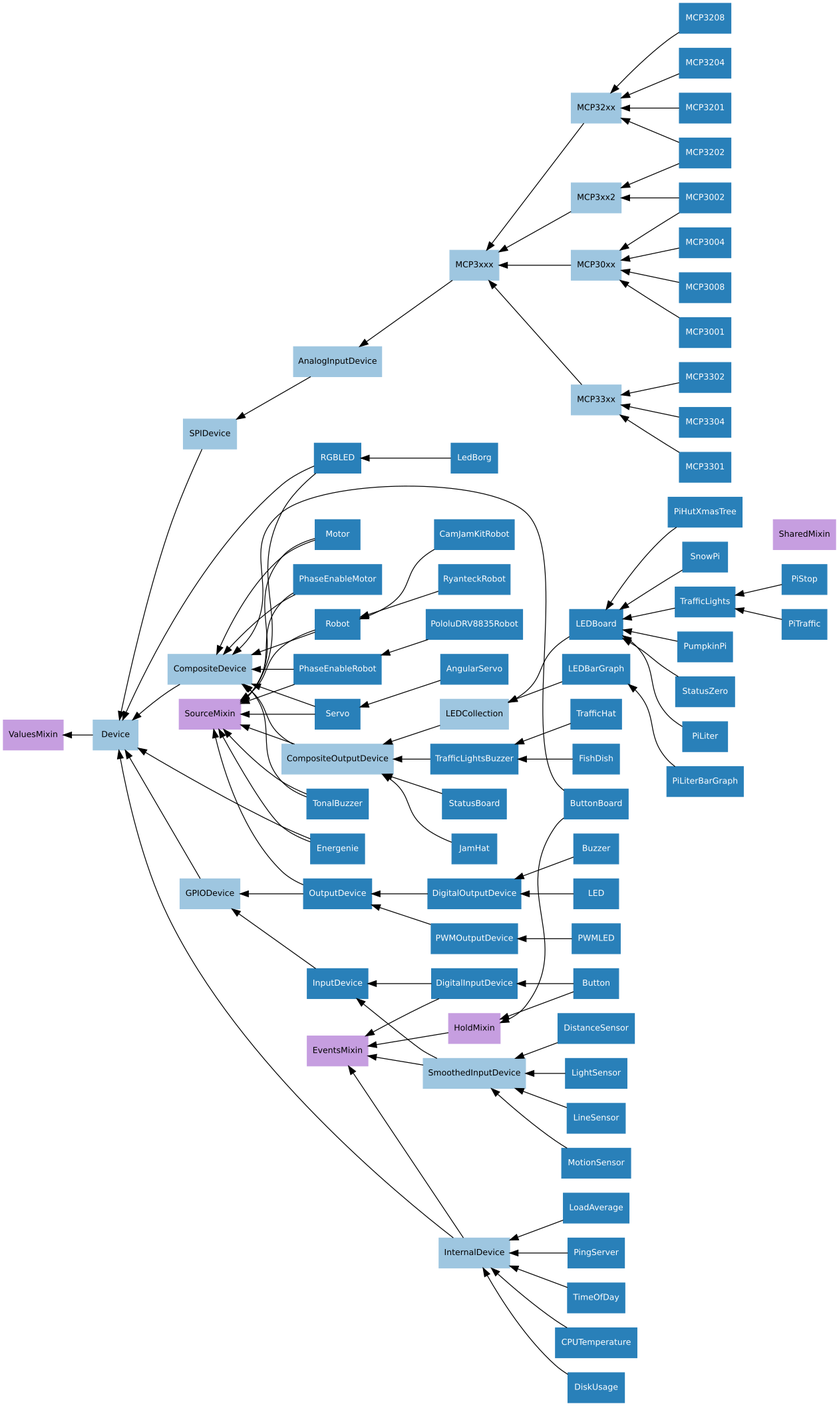
Before: docs/images/device_hierarchy.png, a diagram exported from Graphviz (gpiozero/gpiozero). Its source is kept beside it as docs/images/device_hierarchy.dot.
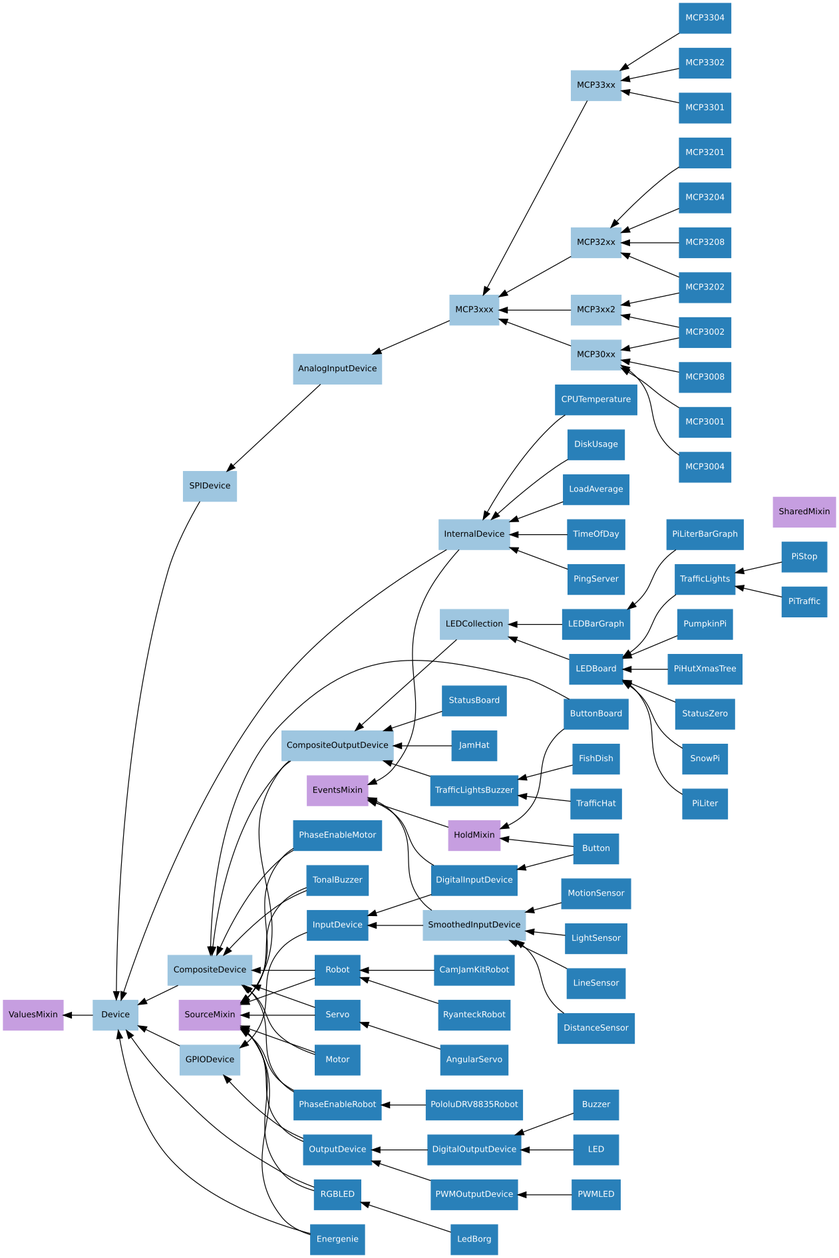
The same file after the commit.

Change to the diagram source:
```diff
@@ -6,122 +6,122 @@
     /* Mixin classes */
     node [color="#c69ee0", fontcolor="#000000"]
 
+    EventsMixin;
+    SourceMixin;
     ValuesMixin;
+    SharedMixin;
     HoldMixin;
-    SharedMixin;
-    SourceMixin;
-    EventsMixin;
 
     /* Abstract classes */
     node [color="#9ec6e0", fontcolor="#000000"]
 
-    AnalogInputDevice;
+    SPIDevice;
+    SmoothedInputDevice;
+    GPIODevice;
+    Device;
+    CompositeOutputDevice;
     MCP3xx2;
     LEDCollection;
-    SmoothedInputDevice;
+    MCP33xx;
+    MCP3xxx;
+    InternalDevice;
     MCP32xx;
-    Device;
+    CompositeDevice;
+    AnalogInputDevice;
     MCP30xx;
-    InternalDevice;
-    MCP33xx;
-    SPIDevice;
-    GPIODevice;
-    CompositeDevice;
-    CompositeOutputDevice;
-    MCP3xxx;
 
     /* Concrete classes */
     node [color="#2980b9", fontcolor="#ffffff"];
 
-    StatusBoard->CompositeOutputDevice;
-    DigitalOutputDevice->OutputDevice;
+    MCP3008->MCP30xx;
+    Robot->CompositeDevice;
+    Robot->SourceMixin;
+    MotionSensor->SmoothedInputDevice;
+    LED->DigitalOutputDevice;
+    LightSensor->SmoothedInputDevice;
+    LineSensor->SmoothedInputDevice;
+    TrafficLightsBuzzer->CompositeOutputDevice;
+    MCP3xxx->AnalogInputDevice;
+    MCP3304->MCP33xx;
     MCP3xx2->MCP3xxx;
+    CamJamKitRobot->Robot;
+    Servo->CompositeDevice;
+    Servo->SourceMixin;
+    PiLiter->LEDBoard;
+    MCP3302->MCP33xx;
+    PiLiterBarGraph->LEDBarGraph;
+    LEDBarGraph->LEDCollection;
+    AnalogInputDevice->SPIDevice;
+    MCP3001->MCP30xx;
+    AngularServo->Servo;
+    MCP30xx->MCP3xxx;
+    ButtonBoard->HoldMixin;
+    ButtonBoard->CompositeDevice;
+    DistanceSensor->SmoothedInputDevice;
+    HoldMixin->EventsMixin;
+    LEDBoard->LEDCollection;
+    CompositeOutputDevice->CompositeDevice;
+    CompositeOutputDevice->SourceMixin;
     LoadAverage->InternalDevice;
+    Button->HoldMixin;
+    Button->DigitalInputDevice;
+    Motor->CompositeDevice;
     Motor->SourceMixin;
-    Motor->CompositeDevice;
-    LEDCollection->CompositeOutputDevice;
-    SnowPi->LEDBoard;
-    Device->ValuesMixin;
-    Robot->SourceMixin;
-    Robot->CompositeDevice;
-    LEDBoard->LEDCollection;
-    DistanceSensor->SmoothedInputDevice;
-    CamJamKitRobot->Robot;
+    PololuDRV8835Robot->PhaseEnableRobot;
     TrafficLights->LEDBoard;
-    PololuDRV8835Robot->PhaseEnableRobot;
-    PiLiterBarGraph->LEDBarGraph;
-    CompositeOutputDevice->SourceMixin;
-    CompositeOutputDevice->CompositeDevice;
-    MCP3008->MCP30xx;
-    AnalogInputDevice->SPIDevice;
-    Button->DigitalInputDevice;
-    Button->HoldMixin;
-    LedBorg->RGBLED;
-    TrafficHat->TrafficLightsBuzzer;
-    PhaseEnableMotor->SourceMixin;
-    PhaseEnableMotor->CompositeDevice;
-    SPIDevice->Device;
-    HoldMixin->EventsMixin;
-    PumpkinPi->LEDBoard;
-    MCP32xx->MCP3xxx;
+    InputDevice->GPIODevice;
+    GPIODevice->Device;
     MCP3202->MCP32xx;
     MCP3202->MCP3xx2;
-    MCP30xx->MCP3xxx;
+    MCP3201->MCP32xx;
+    MCP3204->MCP32xx;
+    MCP33xx->MCP3xxx;
+    InternalDevice->EventsMixin;
     InternalDevice->Device;
-    InternalDevice->EventsMixin;
-    PingServer->InternalDevice;
-    MCP3001->MCP30xx;
-    StatusZero->LEDBoard;
+    Buzzer->DigitalOutputDevice;
+    OutputDevice->GPIODevice;
+    OutputDevice->SourceMixin;
+    PhaseEnableMotor->CompositeDevice;
+    PhaseEnableMotor->SourceMixin;
+    DigitalInputDevice->EventsMixin;
     DigitalInputDevice->InputDevice;
-    DigitalInputDevice->EventsMixin;
-    MCP3204->MCP32xx;
-    Buzzer->DigitalOutputDevice;
-    PiLiter->LEDBoard;
-    PiStop->TrafficLights;
-    GPIODevice->Device;
+    TimeOfDay->InternalDevice;
+    CompositeDevice->Device;
+    MCP3208->MCP32xx;
+    LedBorg->RGBLED;
+    StatusBoard->CompositeOutputDevice;
+    LEDCollection->CompositeOutputDevice;
+    JamHat->CompositeOutputDevice;
+    MCP3004->MCP30xx;
+    TrafficHat->TrafficLightsBuzzer;
     MCP3002->MCP3xx2;
     MCP3002->MCP30xx;
-    MCP3201->MCP32xx;
-    JamHat->CompositeOutputDevice;
-    MCP3208->MCP32xx;
-    ButtonBoard->CompositeDevice;
-    ButtonBoard->HoldMixin;
-    LightSensor->SmoothedInputDevice;
-    MCP3xxx->AnalogInputDevice;
-    MCP3304->MCP33xx;
+    PingServer->InternalDevice;
+    RyanteckRobot->Robot;
+    PumpkinPi->LEDBoard;
+    PiHutXmasTree->LEDBoard;
+    StatusZero->LEDBoard;
+    PiStop->TrafficLights;
+    DigitalOutputDevice->OutputDevice;
+    SPIDevice->Device;
+    SmoothedInputDevice->EventsMixin;
+    SmoothedInputDevice->InputDevice;
+    CPUTemperature->InternalDevice;
+    RGBLED->Device;
     RGBLED->SourceMixin;
-    RGBLED->Device;
-    PiHutXmasTree->LEDBoard;
+    MCP3301->MCP33xx;
+    FishDish->TrafficLightsBuzzer;
+    Energenie->Device;
+    Energenie->SourceMixin;
+    PhaseEnableRobot->CompositeDevice;
+    PhaseEnableRobot->SourceMixin;
+    DiskUsage->InternalDevice;
+    Device->ValuesMixin;
+    TonalBuzzer->CompositeDevice;
+    TonalBuzzer->SourceMixin;
+    SnowPi->LEDBoard;
     PWMOutputDevice->OutputDevice;
-    Energenie->SourceMixin;
-    Energenie->Device;
-    Servo->SourceMixin;
-    Servo->CompositeDevice;
-    MCP33xx->MCP3xxx;
-    InputDevice->GPIODevice;
-    PhaseEnableRobot->SourceMixin;
-    PhaseEnableRobot->CompositeDevice;
-    RyanteckRobot->Robot;
-    TimeOfDay->InternalDevice;
-    CPUTemperature->InternalDevice;
-    CompositeDevice->Device;
-    LineSensor->SmoothedInputDevice;
-    LED->DigitalOutputDevice;
+    PWMLED->PWMOutputDevice;
     PiTraffic->TrafficLights;
-    DiskUsage->InternalDevice;
-    AngularServo->Servo;
-    PWMLED->PWMOutputDevice;
-    TrafficLightsBuzzer->CompositeOutputDevice;
-    MCP3004->MCP30xx;
-    TonalBuzzer->SourceMixin;
-    TonalBuzzer->CompositeDevice;
-    SmoothedInputDevice->InputDevice;
-    SmoothedInputDevice->EventsMixin;
-    MCP3301->MCP33xx;
-    OutputDevice->SourceMixin;
-    OutputDevice->GPIODevice;
-    MotionSensor->SmoothedInputDevice;
-    MCP3302->MCP33xx;
-    FishDish->TrafficLightsBuzzer;
-    LEDBarGraph->LEDCollection;
+    MCP32xx->MCP3xxx;
 }
```
